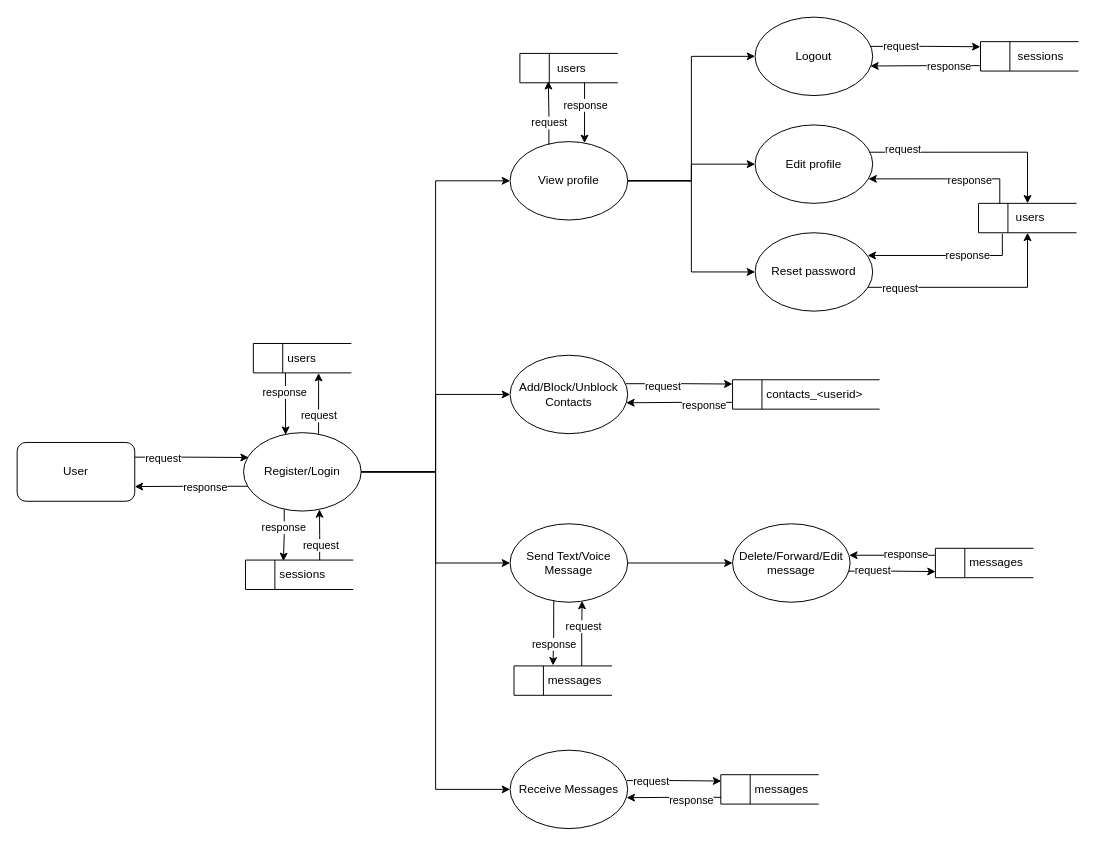
The draw.io diagram dfd_level1.drawio in abelgeorgeantony/confab, before the edit. Source tidied: cells renumbered, new cells numbered last; positions are measured from the earlier drawing's top-left corner, leaving out a move shared by most shapes. Both pictures are drawn from the tidied source at 98%, with x=0, y=0 at pixel (17, 17).
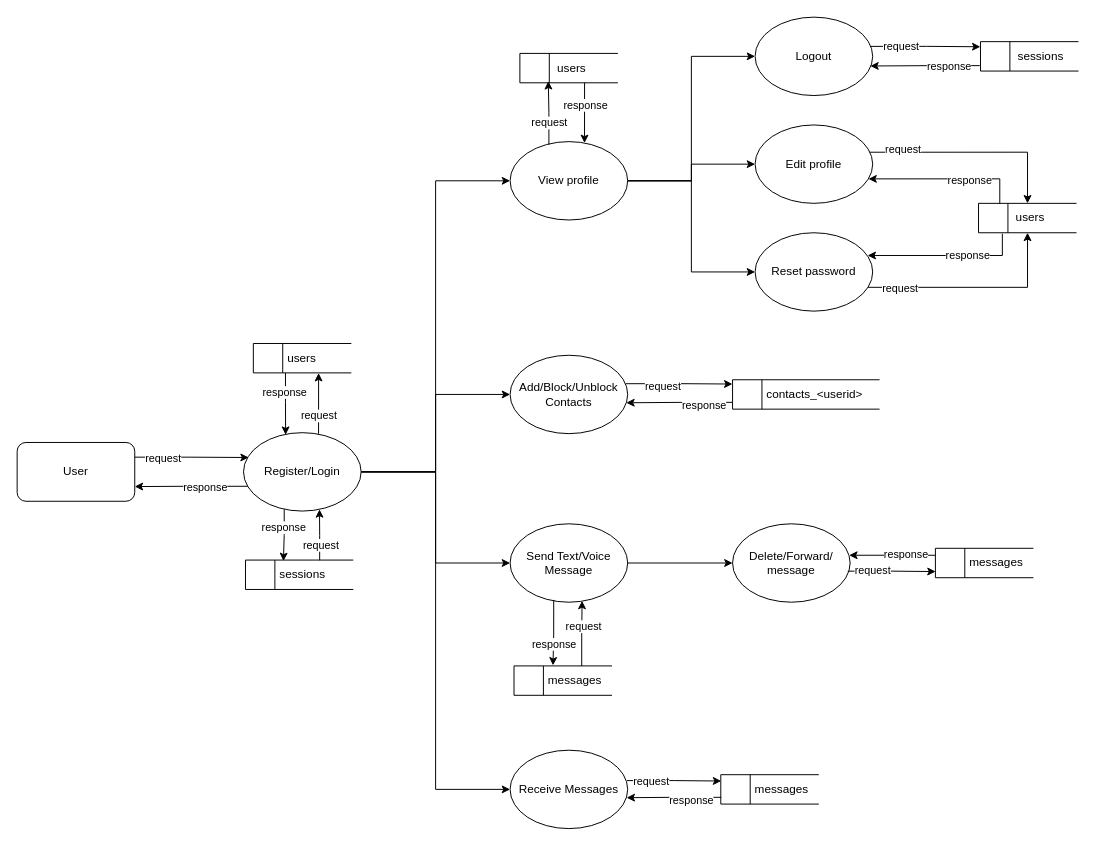
After the change.

The edit, as a diff of the source:
```diff
@@
-    <mxCell id="60" value="Delete/Forward/Edit message" style="ellipse;whiteSpace=wrap;html=1;" parent="1" vertex="1">
+    <mxCell id="60" value="Delete/Forward/ message" style="ellipse;whiteSpace=wrap;html=1;" parent="1" vertex="1">
       <mxGeometry x="730" y="517" width="120" height="80" as="geometry" />
     </mxCell>
```
